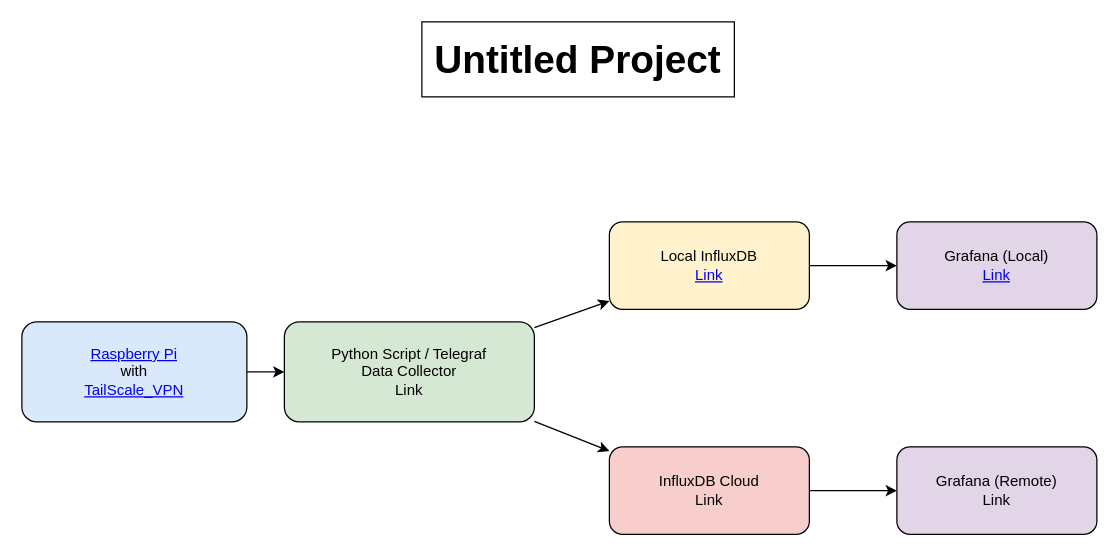
Above: Architecture.drawio in HexaEmbed/03_PradeepSir (draw.io), before the change. Source tidied: cells renumbered, new cells numbered last; positions are measured from the earlier drawing's top-left corner, leaving out a move shared by most shapes. Both pictures are drawn from the tidied source at 125%, with x=0, y=0 at pixel (21, 21).
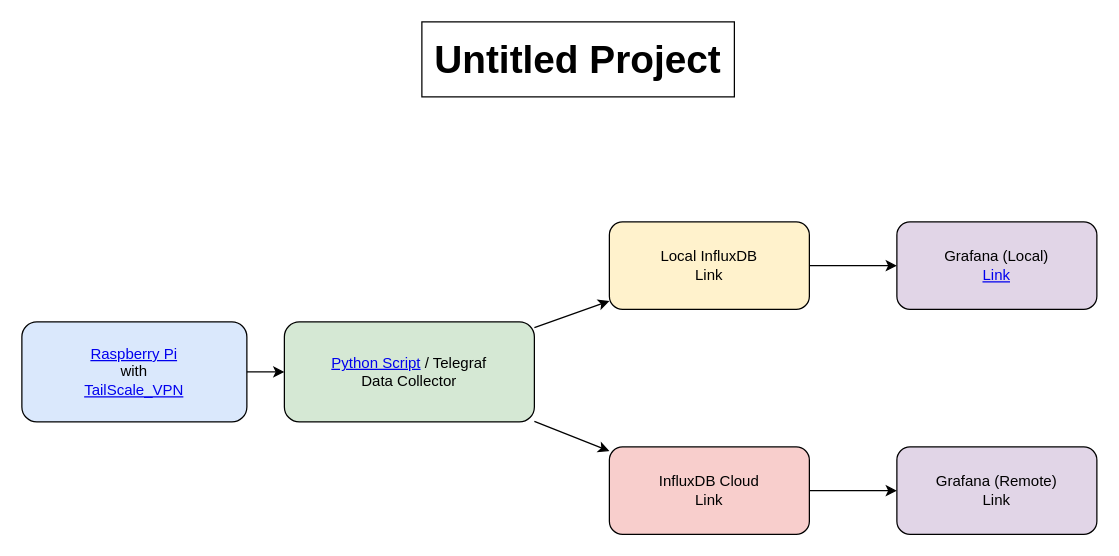
The same diagram, later.

Commit message:
upated links

What changed in the source:
```diff
@@
 <mxGraphModel>
   <root>
     <mxCell id="0" />
     <mxCell id="1" parent="0" />
     <mxCell id="2" value="&lt;a href=&quot;https://github.com/HexaEmbed/03_PradeepSir/blob/main/README.md&quot;&gt;Raspberry Pi&lt;/a&gt;&lt;div&gt;with&lt;br&gt;&lt;a href=&quot;https://github.com/HexaEmbed/03_PradeepSir/blob/main/TAILSCALE_VPN.md&quot;&gt;TailScale_VPN&lt;/a&gt;&lt;/div&gt;" style="rounded=1;whiteSpace=wrap;html=1;fillColor=#dae8fc;" parent="1" vertex="1">
       <mxGeometry y="240" width="180" height="80" as="geometry" />
     </mxCell>
-    <mxCell id="3" value="Python Script / Telegraf&lt;br&gt;Data Collector&lt;div&gt;Link&lt;/div&gt;" style="rounded=1;whiteSpace=wrap;html=1;fillColor=#d5e8d4;" parent="1" vertex="1">
+    <mxCell id="3" value="&lt;a href=&quot;https://github.com/HexaEmbed/03_PradeepSir/blob/main/RaspberryPi/cpu_temp.py&quot;&gt;Python Script&lt;/a&gt; / Telegraf&lt;br&gt;Data Collector" style="rounded=1;whiteSpace=wrap;html=1;fillColor=#d5e8d4;" parent="1" vertex="1">
       <mxGeometry x="210" y="240" width="200" height="80" as="geometry" />
     </mxCell>
-    <mxCell id="4" value="Local InfluxDB&lt;div&gt;&lt;a href=&quot;https://github.com/HexaEmbed/03_PradeepSir.git&quot;&gt;Link&lt;/a&gt;&lt;/div&gt;" style="rounded=1;whiteSpace=wrap;html=1;fillColor=#fff2cc;" parent="1" vertex="1">
+    <mxCell id="4" value="Local InfluxDB&lt;div&gt;Link&lt;/div&gt;" style="rounded=1;whiteSpace=wrap;html=1;fillColor=#fff2cc;" parent="1" vertex="1">
       <mxGeometry x="470" y="160" width="160" height="70" as="geometry" />
     </mxCell>
     <mxCell id="5" value="InfluxDB Cloud&lt;div&gt;Link&lt;/div&gt;" style="rounded=1;whiteSpace=wrap;html=1;fillColor=#f8cecc;" parent="1" vertex="1">
       <mxGeometry x="470" y="340" width="160" height="70" as="geometry" />
     </mxCell>
     <mxCell id="6" value="Grafana (Local)&lt;div&gt;&lt;a href=&quot;https://github.com/HexaEmbed/03_PradeepSir.git&quot;&gt;Link&lt;/a&gt;&lt;/div&gt;" style="rounded=1;whiteSpace=wrap;html=1;fillColor=#e1d5e7;" parent="1" vertex="1">
       <mxGeometry x="700" y="160" width="160" height="70" as="geometry" />
     </mxCell>
     <mxCell id="7" value="Grafana (Remote)&lt;div&gt;Link&lt;/div&gt;" style="rounded=1;whiteSpace=wrap;html=1;fillColor=#e1d5e7;" parent="1" vertex="1">
       <mxGeometry x="700" y="340" width="160" height="70" as="geometry" />
     </mxCell>
     <mxCell id="8" parent="1" edge="1" source="2" target="3">
       <mxGeometry relative="1" as="geometry" />
     </mxCell>
     <mxCell id="9" parent="1" edge="1" source="3" target="4">
       <mxGeometry relative="1" as="geometry" />
     </mxCell>
     <mxCell id="10" parent="1" edge="1" source="3" target="5">
       <mxGeometry relative="1" as="geometry" />
     </mxCell>
     <mxCell id="11" parent="1" edge="1" source="4" target="6">
       <mxGeometry relative="1" as="geometry" />
     </mxCell>
     <mxCell id="12" parent="1" edge="1" source="5" target="7">
       <mxGeometry relative="1" as="geometry" />
     </mxCell>
     <mxCell id="13" value="&lt;span style=&quot;background-color: light-dark(#ffffff, var(--ge-dark-color, #121212));&quot;&gt;Untitled Project&lt;/span&gt;" style="rounded=0;whiteSpace=wrap;html=1;fontStyle=1;fontSize=31;" parent="1" vertex="1">
       <mxGeometry x="320" width="250" height="60" as="geometry" />
     </mxCell>
   </root>
 </mxGraphModel>
```
